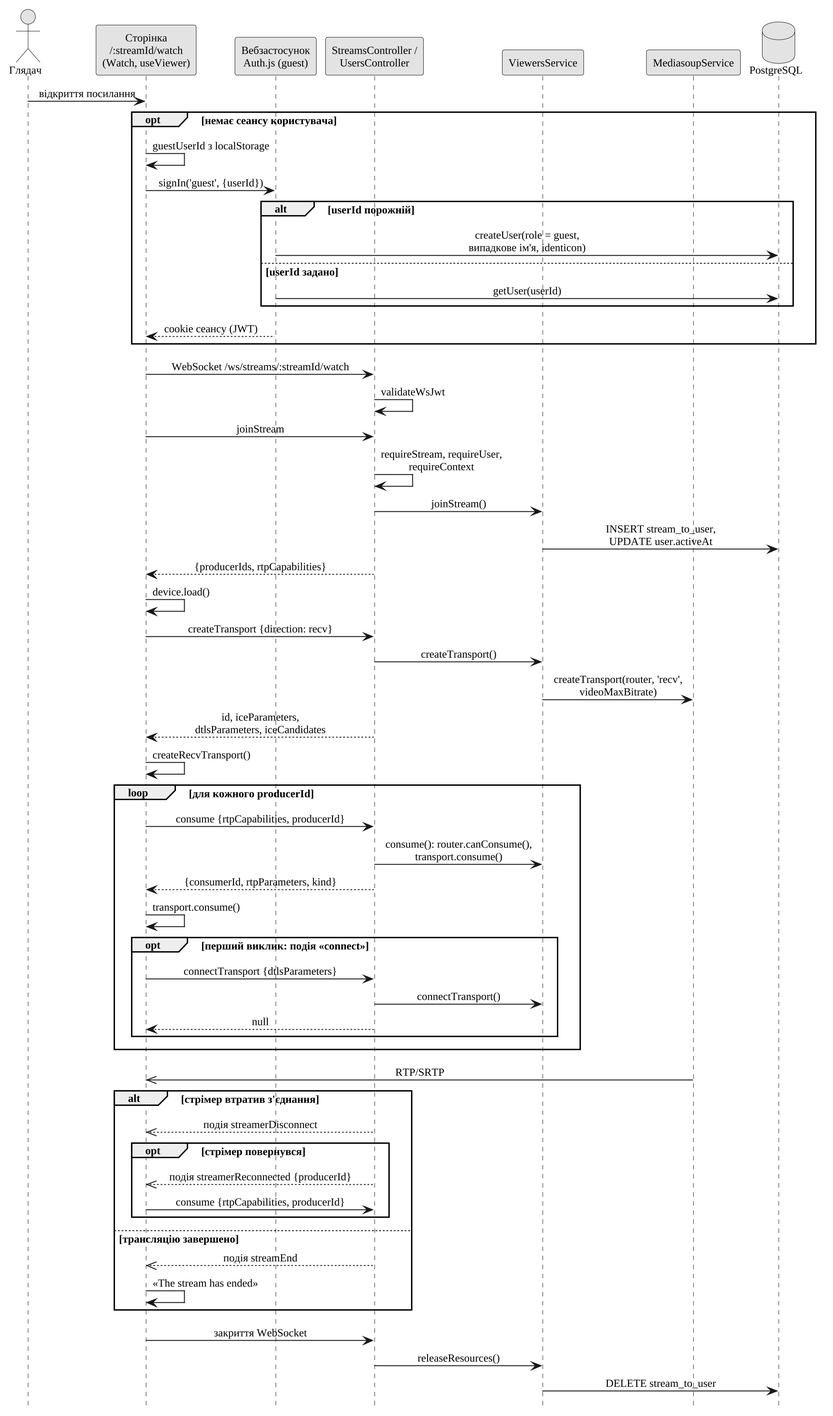
Before: thesis/diagrams/fig-seq-watch.png, a diagram exported from PlantUML (Nikitos1926/stream-share).
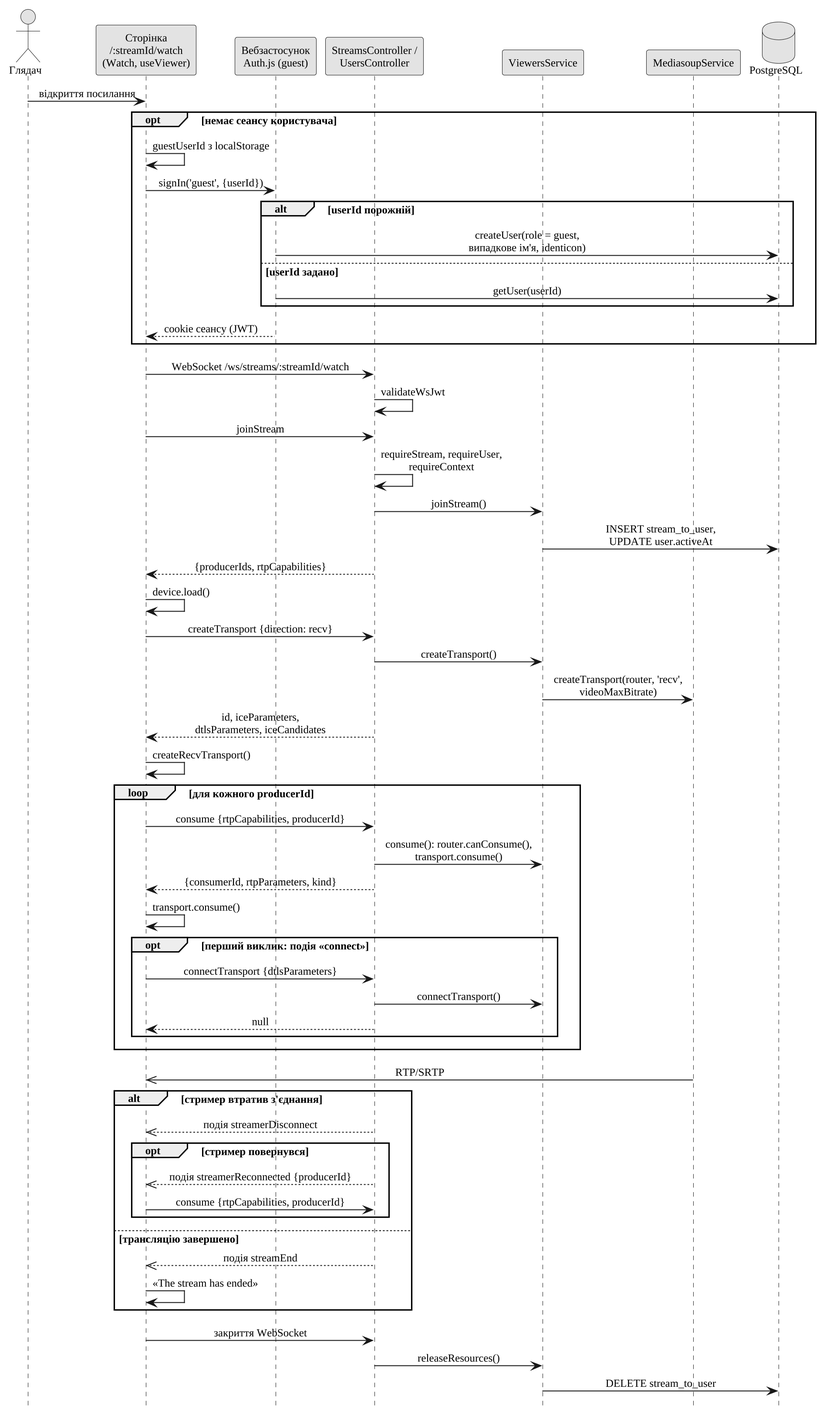
After the change.

Change to the diagram source:
```diff
@@ -56,9 +56,9 @@
 end
 MS ->> P : RTP/SRTP
 
-alt стрімер втратив з'єднання
+alt стример втратив з'єднання
   C -->> P : подія streamerDisconnect
-  opt стрімер повернувся
+  opt стример повернувся
     C -->> P : подія streamerReconnected {producerId}
     P -> C : consume {rtpCapabilities, producerId}
   end
```
